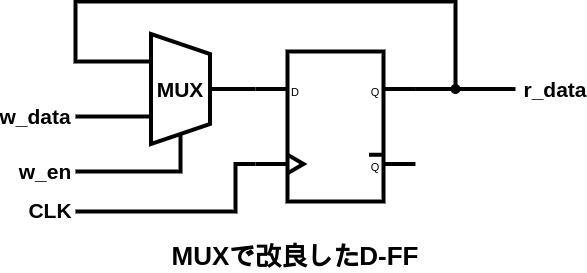
Above: images/LetsMakeCPU/dff_improve.png in VLSI-JP/VLSI-JP.github.io (draw.io), before the change. Source tidied: cells renumbered, new cells last; positions are measured from the earlier drawing's top-left corner, leaving out a move shared by most shapes.
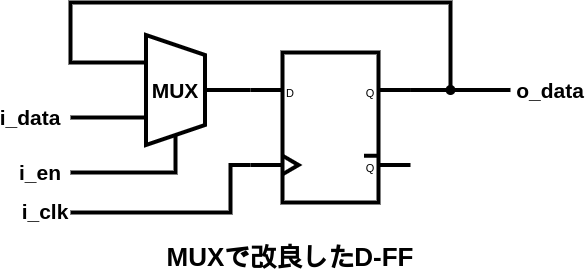
Above is the later version.

The edit, as a diff of the source:
```diff
@@ -56,19 +56,19 @@
     <mxCell id="11" style="verticalLabelPosition=bottom;shadow=0;dashed=0;align=center;html=1;verticalAlign=top;shape=mxgraph.electrical.logic_gates.d_type_flip-flop;strokeWidth=4;" parent="1" vertex="1">
       <mxGeometry x="250" y="50" width="160" height="150" as="geometry" />
     </mxCell>
-    <mxCell id="12" value="CLK" style="text;html=1;strokeColor=none;fillColor=none;align=center;verticalAlign=middle;whiteSpace=wrap;rounded=0;fontSize=21;fontStyle=1;" parent="1" vertex="1">
+    <mxCell id="12" value="i_clk" style="text;html=1;strokeColor=none;fillColor=none;align=center;verticalAlign=middle;whiteSpace=wrap;rounded=0;fontSize=21;fontStyle=1;" parent="1" vertex="1">
       <mxGeometry x="15" y="194" width="60" height="30" as="geometry" />
     </mxCell>
     <mxCell id="13" value="MUX" style="text;html=1;strokeColor=none;fillColor=none;align=center;verticalAlign=middle;whiteSpace=wrap;rounded=0;fontSize=21;fontStyle=1;" parent="1" vertex="1">
       <mxGeometry x="145" y="72.5" width="60" height="30" as="geometry" />
     </mxCell>
-    <mxCell id="14" value="w_en" style="text;html=1;strokeColor=none;fillColor=none;align=center;verticalAlign=middle;whiteSpace=wrap;rounded=0;fontSize=21;fontStyle=1;" parent="1" vertex="1">
+    <mxCell id="14" value="i_en" style="text;html=1;strokeColor=none;fillColor=none;align=center;verticalAlign=middle;whiteSpace=wrap;rounded=0;fontSize=21;fontStyle=1;" parent="1" vertex="1">
       <mxGeometry x="10" y="155" width="60" height="30" as="geometry" />
     </mxCell>
-    <mxCell id="15" value="w_data" style="text;html=1;strokeColor=none;fillColor=none;align=center;verticalAlign=middle;whiteSpace=wrap;rounded=0;fontSize=21;fontStyle=1;" parent="1" vertex="1">
+    <mxCell id="15" value="i_data" style="text;html=1;strokeColor=none;fillColor=none;align=center;verticalAlign=middle;whiteSpace=wrap;rounded=0;fontSize=21;fontStyle=1;" parent="1" vertex="1">
       <mxGeometry y="100" width="60" height="30" as="geometry" />
     </mxCell>
-    <mxCell id="16" value="r_data" style="text;html=1;strokeColor=none;fillColor=none;align=center;verticalAlign=middle;whiteSpace=wrap;rounded=0;fontSize=21;fontStyle=1;" parent="1" vertex="1">
+    <mxCell id="16" value="o_data" style="text;html=1;strokeColor=none;fillColor=none;align=center;verticalAlign=middle;whiteSpace=wrap;rounded=0;fontSize=21;fontStyle=1;" parent="1" vertex="1">
       <mxGeometry x="520" y="72.5" width="60" height="30" as="geometry" />
     </mxCell>
   </root>
```
